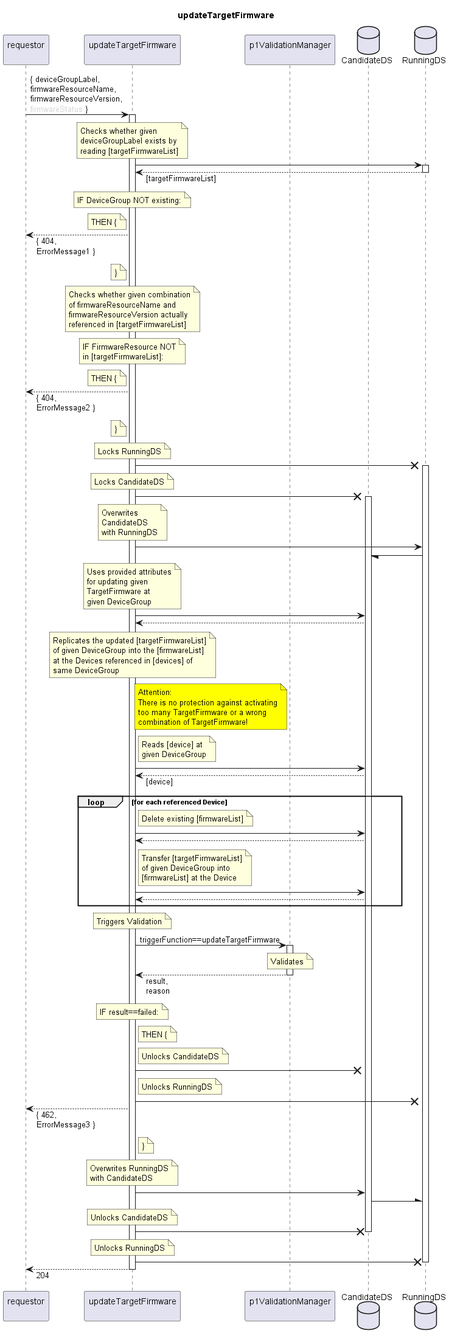
Earlier version of the PlantUML export spec/Services/updateTargetFirmware/1.0.0/updateTargetFirmware.png (openBackhaul/FirmWareManager).
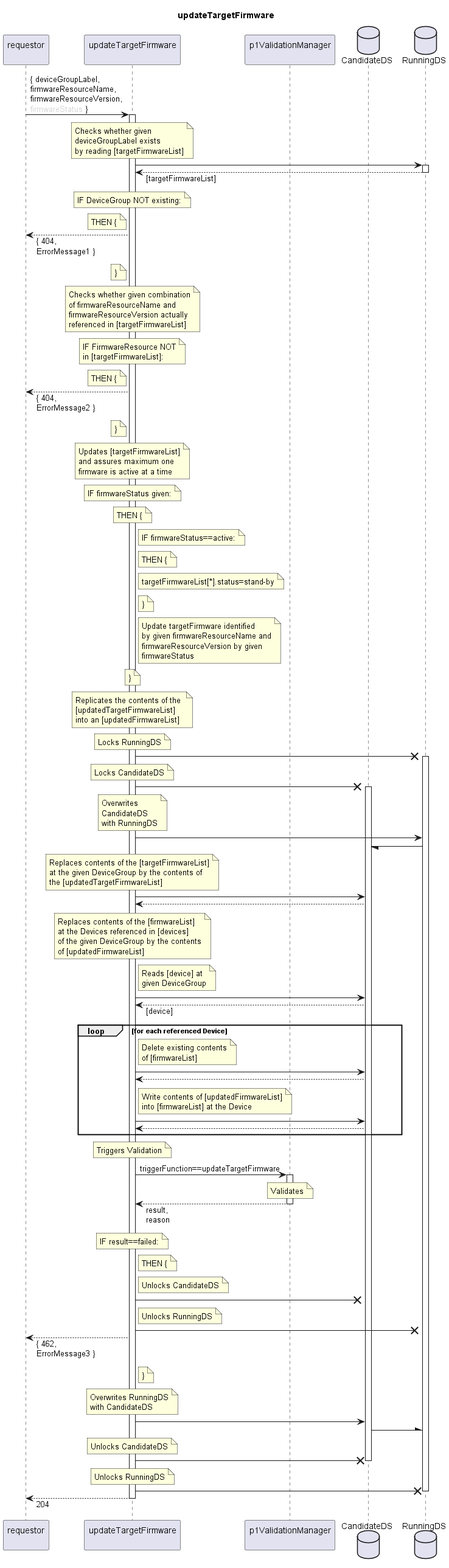
The same diagram one commit later.

Diff of the diagram source:
```diff
@@ -16,8 +16,8 @@
 
   note over indServ
     Checks whether given
-    deviceGroupLabel exists by
-    reading [targetFirmwareList]
+    deviceGroupLabel exists
+    by reading [targetFirmwareList]
   end note
   indServ -> RunDS
   activate RunDS
@@ -53,6 +53,45 @@
   end note
 
   note over indServ
+    Updates [targetFirmwareList]
+    and assures maximum one
+    firmware is active at a time
+  end note
+  note over indServ
+    IF firmwareStatus given:
+  end note
+  note over indServ
+    THEN {
+  end note
+  note right indServ
+    IF firmwareStatus==active:
+  end note
+  note right indServ
+    THEN {
+  end note
+  note right indServ
+    targetFirmwareList[*].status=stand-by
+  end note
+  note right indServ
+    }
+  end note
+  note right indServ
+    Update targetFirmware identified
+    by given firmwareResourceName and
+    firmwareResourceVersion by given
+    firmwareStatus
+  end note
+  note over indServ
+    }
+  end note
+
+  note over indServ
+    Replicates the contents of the
+    [updatedTargetFirmwareList]
+    into an [updatedFirmwareList]
+  end note
+
+  note over indServ
     Locks RunningDS
   end note
   indServ -X RunDS
@@ -71,25 +110,18 @@
   RunDS -/ CanDS
 
   note over indServ
-    Uses provided attributes
-    for updating given
-    TargetFirmware at
-    given DeviceGroup
+    Replaces contents of the [targetFirmwareList]
+    at the given DeviceGroup by the contents of
+    the [updatedTargetFirmwareList]
   end note
   indServ -> CanDS
   indServ <-- CanDS
 
   note over indServ
-    Replicates the updated [targetFirmwareList]
-    of given DeviceGroup into the [firmwareList]
-    at the Devices referenced in [devices] of
-    same DeviceGroup
-  end note
-  note left valiMan #Yellow
-    Attention:
-    There is no protection against activating
-    too many TargetFirmware or a wrong
-    combination of TargetFirmware!
+    Replaces contents of the [firmwareList]
+    at the Devices referenced in [devices]
+    of the given DeviceGroup by the contents
+    of [updatedFirmwareList]
   end note
   note right indServ
     Reads [device] at
@@ -99,14 +131,14 @@
   indServ <-- CanDS: [device]
   loop for each referenced Device
     note right indServ
-      Delete existing [firmwareList]
+      Delete existing contents
+      of [firmwareList]
     end note
     indServ -> CanDS
     indServ <-- CanDS
     note right indServ
-      Transfer [targetFirmwareList]
-      of given DeviceGroup into
-      [firmwareList] at the Device
+      Write contents of [updatedFirmwareList]
+      into [firmwareList] at the Device
     end note
     indServ -> CanDS
     indServ <-- CanDS
```
